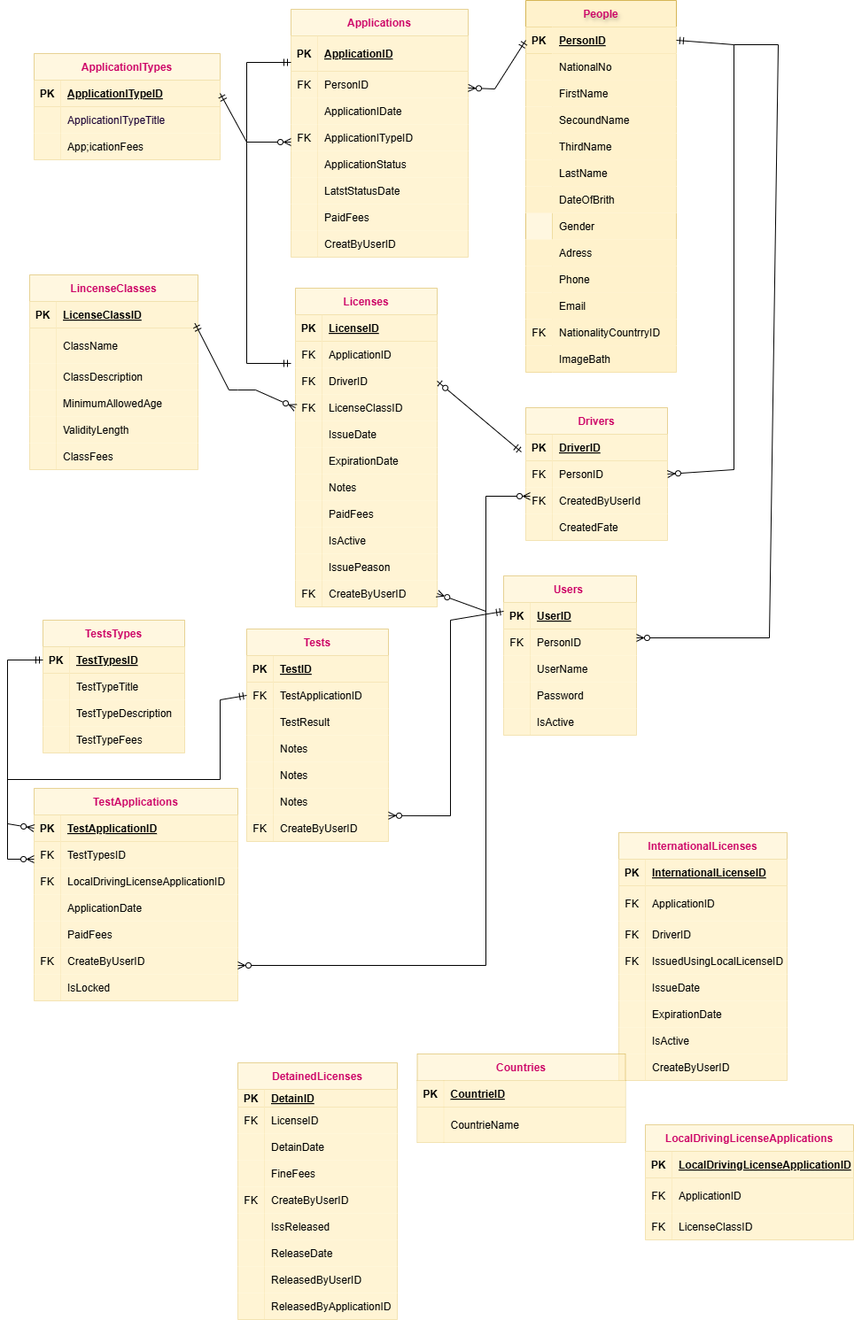
Above: Untitled Diagram.drawio.png in azizadiab/Driving-License-Department (draw.io), before the change. Source tidied: cells renumbered, new cells last; positions are measured from the earlier drawing's top-left corner, leaving out a move shared by most shapes.
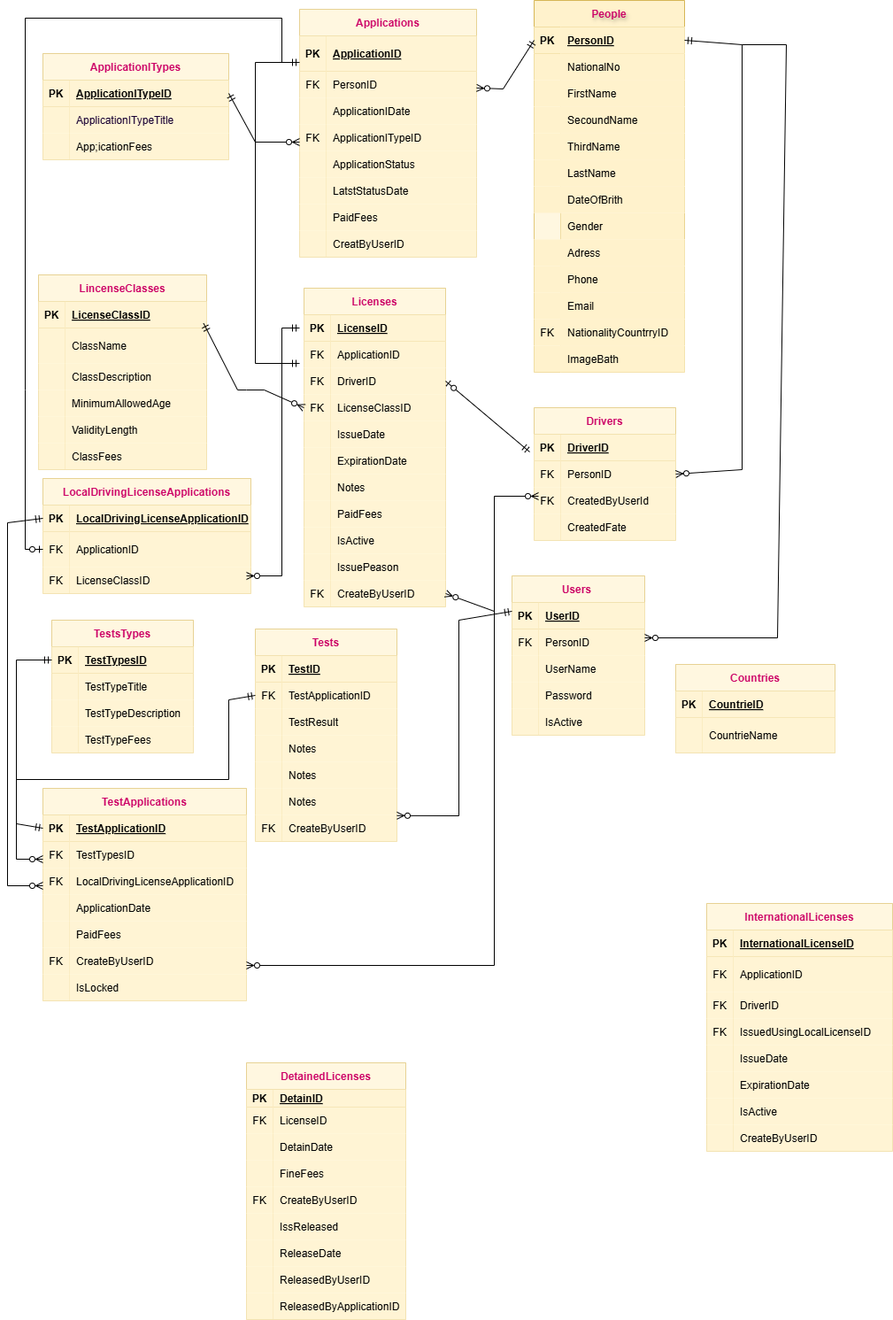
The same diagram one commit later.

The edit, as a diff of the source:
```diff
@@ -663,7 +663,7 @@
       <mxGeometry x="30" width="130" height="30" as="geometry" />
     </mxCell>
     <mxCell id="222" value="LocalDrivingLicenseApplications" style="shape=table;startSize=30;rowLines=0;fontStyle=1;align=center;opacity=60;fillColor=#fff2cc;strokeColor=#d6b656;fontColor=#CC0066;" parent="1" vertex="1">
-      <mxGeometry x="720" y="1270" width="235" height="130" as="geometry" />
+      <mxGeometry x="30" y="540" width="235" height="130" as="geometry" />
     </mxCell>
     <mxCell id="223" style="shape=partialRectangle;fillColor=#fff2cc;points=[[0,0.5],[1,0.5]];portConstraint=eastwest;top=0;left=0;right=0;bottom=1;opacity=60;strokeColor=#d6b656;" parent="222" vertex="1">
       <mxGeometry y="30" width="235" height="30" as="geometry" />
@@ -693,79 +693,79 @@
       <mxGeometry x="30" width="205" height="30" as="geometry" />
     </mxCell>
     <mxCell id="232" value="InternationalLicenses" style="shape=table;startSize=30;rowLines=0;fontStyle=1;align=center;opacity=60;fillColor=#fff2cc;strokeColor=#d6b656;fontColor=#CC0066;" parent="1" vertex="1">
-      <mxGeometry x="690" y="940" width="190" height="280" as="geometry" />
+      <mxGeometry x="780" y="1020" width="210" height="280" as="geometry" />
     </mxCell>
     <mxCell id="233" style="shape=partialRectangle;fillColor=#fff2cc;top=0;left=0;right=0;bottom=1;opacity=60;strokeColor=#d6b656;" parent="232" vertex="1">
-      <mxGeometry y="30" width="190" height="30" as="geometry" />
+      <mxGeometry y="30" width="210" height="30" as="geometry" />
     </mxCell>
     <mxCell id="234" value="PK" style="shape=partialRectangle;overflow=hidden;fillColor=#fff2cc;top=0;left=0;bottom=0;right=0;fontStyle=1;opacity=60;strokeColor=#d6b656;" parent="233" vertex="1">
       <mxGeometry width="30" height="30" as="geometry" />
     </mxCell>
     <mxCell id="235" value="InternationalLicenseID" style="shape=partialRectangle;overflow=hidden;fillColor=#fff2cc;top=0;left=0;bottom=0;right=0;align=left;spacingLeft=6;fontStyle=5;opacity=60;strokeColor=#d6b656;" parent="233" vertex="1">
-      <mxGeometry x="30" width="160" height="30" as="geometry" />
+      <mxGeometry x="30" width="180" height="30" as="geometry" />
     </mxCell>
     <mxCell id="236" style="shape=partialRectangle;fillColor=#fff2cc;top=0;left=0;right=0;bottom=0;opacity=60;strokeColor=#d6b656;" parent="232" vertex="1">
-      <mxGeometry y="60" width="190" height="40" as="geometry" />
+      <mxGeometry y="60" width="210" height="40" as="geometry" />
     </mxCell>
     <mxCell id="237" value="FK" style="shape=partialRectangle;overflow=hidden;fillColor=#fff2cc;top=0;left=0;bottom=0;right=0;opacity=60;strokeColor=#d6b656;" parent="236" vertex="1">
       <mxGeometry width="30" height="40" as="geometry" />
     </mxCell>
     <mxCell id="238" value="ApplicationID" style="shape=partialRectangle;overflow=hidden;fillColor=#fff2cc;top=0;left=0;bottom=0;right=0;align=left;spacingLeft=6;opacity=60;strokeColor=#d6b656;" parent="236" vertex="1">
-      <mxGeometry x="30" width="160" height="40" as="geometry" />
+      <mxGeometry x="30" width="180" height="40" as="geometry" />
     </mxCell>
     <mxCell id="239" style="shape=partialRectangle;fillColor=#fff2cc;top=0;left=0;right=0;bottom=0;opacity=60;strokeColor=#d6b656;" parent="232" vertex="1">
-      <mxGeometry y="100" width="190" height="30" as="geometry" />
+      <mxGeometry y="100" width="210" height="30" as="geometry" />
     </mxCell>
     <mxCell id="240" value="FK" style="shape=partialRectangle;overflow=hidden;fillColor=#fff2cc;top=0;left=0;bottom=0;right=0;opacity=60;strokeColor=#d6b656;" parent="239" vertex="1">
       <mxGeometry width="30" height="30" as="geometry" />
     </mxCell>
     <mxCell id="241" value="DriverID" style="shape=partialRectangle;overflow=hidden;fillColor=#fff2cc;top=0;left=0;bottom=0;right=0;align=left;spacingLeft=6;opacity=60;strokeColor=#d6b656;" parent="239" vertex="1">
-      <mxGeometry x="30" width="160" height="30" as="geometry" />
+      <mxGeometry x="30" width="180" height="30" as="geometry" />
     </mxCell>
     <mxCell id="242" style="shape=partialRectangle;fillColor=#fff2cc;top=0;left=0;right=0;bottom=0;opacity=60;strokeColor=#d6b656;" parent="232" vertex="1">
-      <mxGeometry y="130" width="190" height="30" as="geometry" />
+      <mxGeometry y="130" width="210" height="30" as="geometry" />
     </mxCell>
     <mxCell id="243" value="FK" style="shape=partialRectangle;overflow=hidden;fillColor=#fff2cc;top=0;left=0;bottom=0;right=0;opacity=60;strokeColor=#d6b656;" parent="242" vertex="1">
       <mxGeometry width="30" height="30" as="geometry" />
     </mxCell>
     <mxCell id="244" value="IssuedUsingLocalLicenseID" style="shape=partialRectangle;overflow=hidden;fillColor=#fff2cc;top=0;left=0;bottom=0;right=0;align=left;spacingLeft=6;opacity=60;strokeColor=#d6b656;" parent="242" vertex="1">
-      <mxGeometry x="30" width="160" height="30" as="geometry" />
+      <mxGeometry x="30" width="180" height="30" as="geometry" />
     </mxCell>
     <mxCell id="245" style="shape=partialRectangle;fillColor=#fff2cc;top=0;left=0;right=0;bottom=0;opacity=60;strokeColor=#d6b656;" parent="232" vertex="1">
-      <mxGeometry y="160" width="190" height="30" as="geometry" />
+      <mxGeometry y="160" width="210" height="30" as="geometry" />
     </mxCell>
     <mxCell id="246" style="shape=partialRectangle;overflow=hidden;fillColor=#fff2cc;top=0;left=0;bottom=0;right=0;opacity=60;strokeColor=#d6b656;" parent="245" vertex="1">
       <mxGeometry width="30" height="30" as="geometry" />
     </mxCell>
     <mxCell id="247" value="IssueDate" style="shape=partialRectangle;overflow=hidden;fillColor=#fff2cc;top=0;left=0;bottom=0;right=0;align=left;spacingLeft=6;opacity=60;strokeColor=#d6b656;" parent="245" vertex="1">
-      <mxGeometry x="30" width="160" height="30" as="geometry" />
+      <mxGeometry x="30" width="180" height="30" as="geometry" />
     </mxCell>
     <mxCell id="248" style="shape=partialRectangle;fillColor=#fff2cc;top=0;left=0;right=0;bottom=0;opacity=60;strokeColor=#d6b656;" parent="232" vertex="1">
-      <mxGeometry y="190" width="190" height="30" as="geometry" />
+      <mxGeometry y="190" width="210" height="30" as="geometry" />
     </mxCell>
     <mxCell id="249" style="shape=partialRectangle;overflow=hidden;fillColor=#fff2cc;top=0;left=0;bottom=0;right=0;opacity=60;strokeColor=#d6b656;" parent="248" vertex="1">
       <mxGeometry width="30" height="30" as="geometry" />
     </mxCell>
     <mxCell id="250" value="ExpirationDate" style="shape=partialRectangle;overflow=hidden;fillColor=#fff2cc;top=0;left=0;bottom=0;right=0;align=left;spacingLeft=6;opacity=60;strokeColor=#d6b656;" parent="248" vertex="1">
-      <mxGeometry x="30" width="160" height="30" as="geometry" />
+      <mxGeometry x="30" width="180" height="30" as="geometry" />
     </mxCell>
     <mxCell id="251" style="shape=partialRectangle;fillColor=#fff2cc;top=0;left=0;right=0;bottom=0;opacity=60;strokeColor=#d6b656;" parent="232" vertex="1">
-      <mxGeometry y="220" width="190" height="30" as="geometry" />
+      <mxGeometry y="220" width="210" height="30" as="geometry" />
     </mxCell>
     <mxCell id="252" style="shape=partialRectangle;overflow=hidden;fillColor=#fff2cc;top=0;left=0;bottom=0;right=0;opacity=60;strokeColor=#d6b656;" parent="251" vertex="1">
       <mxGeometry width="30" height="30" as="geometry" />
     </mxCell>
     <mxCell id="253" value="IsActive" style="shape=partialRectangle;overflow=hidden;fillColor=#fff2cc;top=0;left=0;bottom=0;right=0;align=left;spacingLeft=6;opacity=60;strokeColor=#d6b656;" parent="251" vertex="1">
-      <mxGeometry x="30" width="160" height="30" as="geometry" />
+      <mxGeometry x="30" width="180" height="30" as="geometry" />
     </mxCell>
     <mxCell id="254" style="shape=partialRectangle;fillColor=#fff2cc;top=0;left=0;right=0;bottom=0;opacity=60;strokeColor=#d6b656;" parent="232" vertex="1">
-      <mxGeometry y="250" width="190" height="30" as="geometry" />
+      <mxGeometry y="250" width="210" height="30" as="geometry" />
     </mxCell>
     <mxCell id="255" style="shape=partialRectangle;overflow=hidden;fillColor=#fff2cc;top=0;left=0;bottom=0;right=0;opacity=60;strokeColor=#d6b656;" parent="254" vertex="1">
       <mxGeometry width="30" height="30" as="geometry" />
     </mxCell>
     <mxCell id="256" value="CreateByUserID" style="shape=partialRectangle;overflow=hidden;fillColor=#fff2cc;top=0;left=0;bottom=0;right=0;align=left;spacingLeft=6;opacity=60;strokeColor=#d6b656;" parent="254" vertex="1">
-      <mxGeometry x="30" width="160" height="30" as="geometry" />
+      <mxGeometry x="30" width="180" height="30" as="geometry" />
     </mxCell>
     <mxCell id="257" value="Tests" style="shape=table;startSize=30;rowLines=0;fontStyle=1;align=center;opacity=60;fillColor=#fff2cc;strokeColor=#d6b656;fontColor=#CC0066;" parent="1" vertex="1">
       <mxGeometry x="270" y="710" width="160" height="240" as="geometry" />
@@ -834,25 +834,25 @@
       <mxGeometry x="30" width="130" height="30" as="geometry" />
     </mxCell>
     <mxCell id="279" value="Countries" style="shape=table;startSize=30;rowLines=0;fontStyle=1;align=center;opacity=60;fillColor=#fff2cc;strokeColor=#d6b656;fontColor=#CC0066;" parent="1" vertex="1">
-      <mxGeometry x="462.5" y="1190" width="235" height="100" as="geometry" />
+      <mxGeometry x="745" y="750" width="180" height="100" as="geometry" />
     </mxCell>
     <mxCell id="280" style="shape=partialRectangle;fillColor=#fff2cc;top=0;left=0;right=0;bottom=1;opacity=60;strokeColor=#d6b656;" parent="279" vertex="1">
-      <mxGeometry y="30" width="235" height="30" as="geometry" />
+      <mxGeometry y="30" width="180" height="30" as="geometry" />
     </mxCell>
     <mxCell id="281" value="PK" style="shape=partialRectangle;overflow=hidden;fillColor=#fff2cc;top=0;left=0;bottom=0;right=0;fontStyle=1;opacity=60;strokeColor=#d6b656;" parent="280" vertex="1">
       <mxGeometry width="30" height="30" as="geometry" />
     </mxCell>
     <mxCell id="282" value="CountrieID" style="shape=partialRectangle;overflow=hidden;fillColor=#fff2cc;top=0;left=0;bottom=0;right=0;align=left;spacingLeft=6;fontStyle=5;opacity=60;strokeColor=#d6b656;" parent="280" vertex="1">
-      <mxGeometry x="30" width="205" height="30" as="geometry" />
+      <mxGeometry x="30" width="150" height="30" as="geometry" />
     </mxCell>
     <mxCell id="283" style="shape=partialRectangle;fillColor=#fff2cc;top=0;left=0;right=0;bottom=0;opacity=60;strokeColor=#d6b656;" parent="279" vertex="1">
-      <mxGeometry y="60" width="235" height="40" as="geometry" />
+      <mxGeometry y="60" width="180" height="40" as="geometry" />
     </mxCell>
     <mxCell id="284" style="shape=partialRectangle;overflow=hidden;fillColor=#fff2cc;top=0;left=0;bottom=0;right=0;opacity=60;strokeColor=#d6b656;" parent="283" vertex="1">
       <mxGeometry width="30" height="40" as="geometry" />
     </mxCell>
     <mxCell id="285" value="CountrieName" style="shape=partialRectangle;overflow=hidden;fillColor=#fff2cc;top=0;left=0;bottom=0;right=0;align=left;spacingLeft=6;opacity=60;strokeColor=#d6b656;" parent="283" vertex="1">
-      <mxGeometry x="30" width="205" height="40" as="geometry" />
+      <mxGeometry x="30" width="150" height="40" as="geometry" />
     </mxCell>
     <mxCell id="286" style="endArrow=ERmandOne;html=1;rounded=0;startArrow=ERzeroToMany;startFill=0;endFill=0;entryX=0;entryY=0.5;entryDx=0;entryDy=0;" parent="1" edge="1" source="6" target="28">
       <mxGeometry relative="1" as="geometry">
@@ -938,7 +938,7 @@
         </Array>
       </mxGeometry>
     </mxCell>
-    <mxCell id="296" style="endArrow=ERzeroToMany;html=1;rounded=0;entryX=0;entryY=0.5;entryDx=0;entryDy=0;exitX=0;exitY=0.5;exitDx=0;exitDy=0;startArrow=ERmandOne;startFill=0;endFill=0;" parent="1" edge="1" source="261" target="107">
+    <mxCell id="296" style="endArrow=ERmandOne;html=1;rounded=0;entryX=0;entryY=0.5;entryDx=0;entryDy=0;exitX=0;exitY=0.5;exitDx=0;exitDy=0;startArrow=ERmandOne;startFill=0;endFill=0;" parent="1" edge="1" source="261" target="107">
       <mxGeometry relative="1" as="geometry">
         <Array as="points">
           <mxPoint x="240" y="790" />
@@ -962,5 +962,36 @@
         <mxPoint x="540" y="690" as="targetPoint" />
       </mxGeometry>
     </mxCell>
+    <mxCell id="299" style="endArrow=ERmandOne;html=1;rounded=0;startArrow=ERzeroToMany;startFill=0;endFill=0;" parent="1" edge="1">
+      <mxGeometry relative="1" as="geometry">
+        <mxPoint x="260" y="650" as="sourcePoint" />
+        <mxPoint x="320" y="370" as="targetPoint" />
+        <Array as="points">
+          <mxPoint x="300" y="650" />
+          <mxPoint x="300" y="370" />
+        </Array>
+      </mxGeometry>
+    </mxCell>
+    <mxCell id="300" style="endArrow=ERzeroToOne;html=1;rounded=0;endFill=0;" parent="1" edge="1">
+      <mxGeometry relative="1" as="geometry">
+        <mxPoint x="300" y="70" as="sourcePoint" />
+        <mxPoint x="30" y="620" as="targetPoint" />
+        <Array as="points">
+          <mxPoint x="300" y="20" />
+          <mxPoint x="10" y="20" />
+          <mxPoint x="10" y="440" />
+          <mxPoint x="10" y="620" />
+        </Array>
+      </mxGeometry>
+    </mxCell>
+    <mxCell id="301" style="endArrow=ERzeroToMany;html=1;rounded=0;exitX=0;exitY=0.5;exitDx=0;exitDy=0;endFill=0;startArrow=ERmandOne;startFill=0;" parent="1" edge="1" source="223">
+      <mxGeometry relative="1" as="geometry">
+        <mxPoint x="30" y="1000" as="targetPoint" />
+        <Array as="points">
+          <mxPoint x="-10" y="590" />
+          <mxPoint x="-10" y="1000" />
+        </Array>
+      </mxGeometry>
+    </mxCell>
   </root>
 </mxGraphModel>
```
